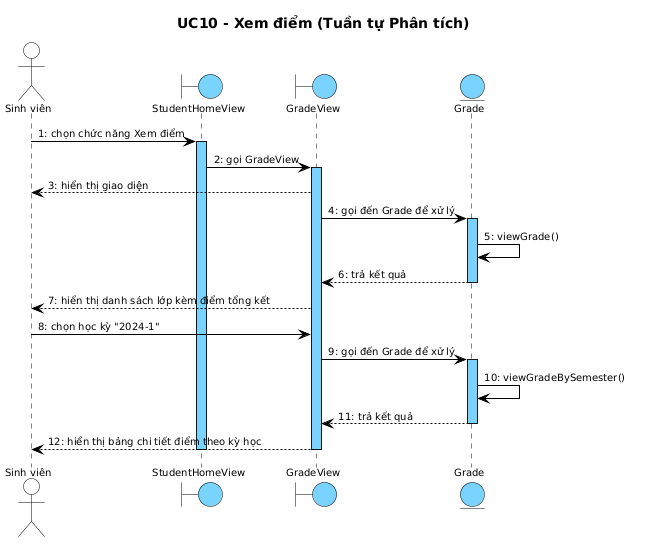
Earlier version of the PlantUML export report/diagrams/seq_analysis_uc10.png (thanhtrnnn/universe).
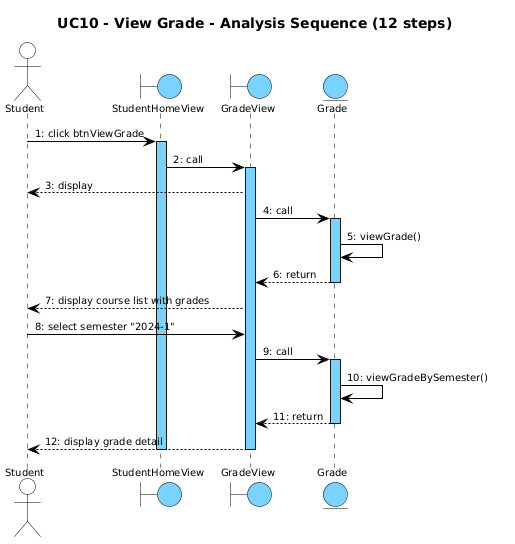
The same diagram one commit later.

What changed in the source:
```diff
@@ -10,38 +10,67 @@
   FontName "Arial"
   FontSize 10
   FontColor #000000
-  boundary { BackgroundColor #7AD2FF; LineColor #000000 }
-  entity { BackgroundColor #7AD2FF; LineColor #000000 }
-  actor { BackgroundColor transparent; LineColor #000000 }
-  lifeline { LineColor #000000; LineStyle 5-5 }
-  arrow { LineColor #000000; LineThickness 1; FontSize 10 }
+
+  participant {
+    BackgroundColor #7AD2FF
+    LineColor #000000
+    LineThickness 1
+  }
+
+  actor {
+    BackgroundColor transparent
+    LineColor #000000
+  }
+  boundary {
+    BackgroundColor #7AD2FF
+    LineColor #000000
+  }
+  control {
+    BackgroundColor #7AD2FF
+    LineColor #000000
+  }
+  entity {
+    BackgroundColor #7AD2FF
+    LineColor #000000
+  }
+
+  lifeline {
+    LineColor #000000
+    LineStyle 5-5
+  }
+
+  arrow {
+    LineColor #000000
+    LineThickness 1
+    FontSize 10
+  }
 }
 </style>
-title UC10 - Xem điểm (Tuần tự Phân tích)
+title UC10 - View Grade - Analysis Sequence (12 steps)
 
-actor "Sinh viên" as SV
+actor "Student" as Actor
 boundary StudentHomeView
 boundary GradeView
 entity Grade
 
-SV -> StudentHomeView : 1: chọn chức năng Xem điểm
+Actor -> StudentHomeView : 1: click btnViewGrade
 activate StudentHomeView
-StudentHomeView -> GradeView : 2: gọi GradeView
+StudentHomeView -> GradeView : 2: call
 activate GradeView
-GradeView --> SV : 3: hiển thị giao diện
-GradeView -> Grade : 4: gọi đến Grade để xử lý
+GradeView --> Actor : 3: display
+GradeView -> Grade : 4: call
 activate Grade
 Grade -> Grade : 5: viewGrade()
-Grade --> GradeView : 6: trả kết quả
+Grade --> GradeView : 6: return
 deactivate Grade
-GradeView --> SV : 7: hiển thị danh sách lớp kèm điểm tổng kết
-SV -> GradeView : 8: chọn học kỳ "2024-1"
-GradeView -> Grade : 9: gọi đến Grade để xử lý
+GradeView --> Actor : 7: display course list with grades
+Actor -> GradeView : 8: select semester "2024-1"
+GradeView -> Grade : 9: call
 activate Grade
 Grade -> Grade : 10: viewGradeBySemester()
-Grade --> GradeView : 11: trả kết quả
+Grade --> GradeView : 11: return
 deactivate Grade
-GradeView --> SV : 12: hiển thị bảng chi tiết điểm theo kỳ học
+GradeView --> Actor : 12: display grade detail
 deactivate GradeView
 deactivate StudentHomeView
 @enduml
```
